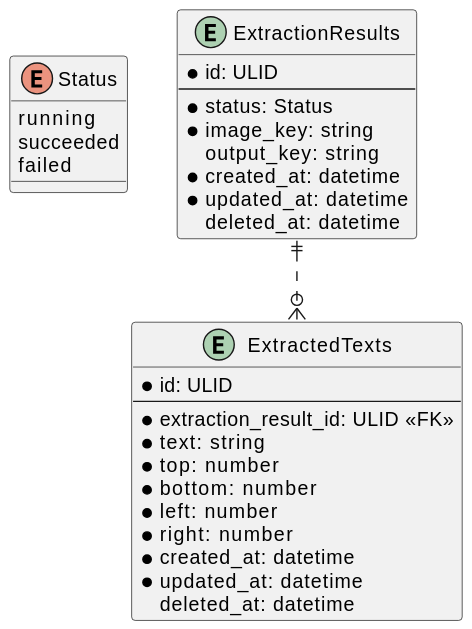
ijufumi/google-vision-sample keeps this PlantUML diagram as docs/tables.svg. Above is the earlier version. Its diagram source:
```plantuml
@startuml
enum Status {
  running
  succeeded
  failed
}

entity ExtractionResults {
  * id: ULID
  --
  * status: Status
  * image_key: string
    output_key: string
  * created_at: datetime
  * updated_at: datetime
    deleted_at: datetime
}

entity ExtractedTexts {
  * id: ULID
  --
  * extraction_result_id: ULID <<FK>>
  * text: string
  * top: number
  * bottom: number
  * left: number
  * right: number
  * created_at: datetime
  * updated_at: datetime
    deleted_at: datetime
}

ExtractionResults ||..o{ ExtractedTexts
@enduml
```
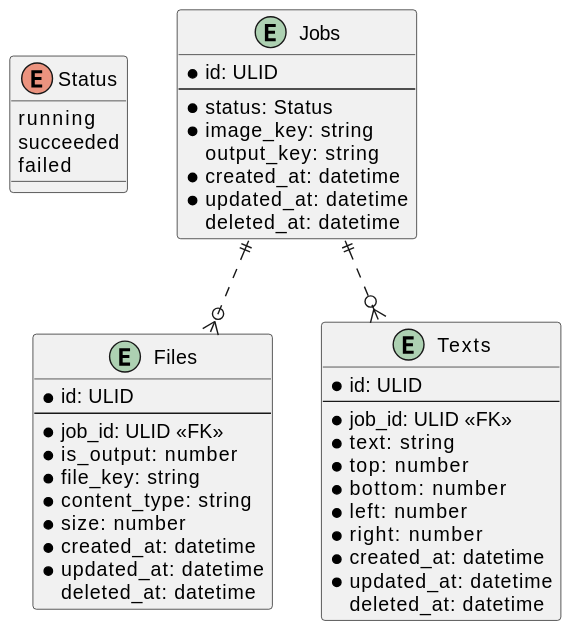
Above is the later version.

What changed in the source:
```diff
@@ -5,7 +5,7 @@
   failed
 }
 
-entity ExtractionResults {
+entity Jobs {
   * id: ULID
   --
   * status: Status
@@ -16,10 +16,23 @@
     deleted_at: datetime
 }
 
-entity ExtractedTexts {
+entity Files {
   * id: ULID
   --
-  * extraction_result_id: ULID <<FK>>
+  * job_id: ULID <<FK>>
+  * is_output: number
+  * file_key: string
+  * content_type: string
+  * size: number
+  * created_at: datetime
+  * updated_at: datetime
+    deleted_at: datetime
+}
+
+entity Texts {
+  * id: ULID
+  --
+  * job_id: ULID <<FK>>
   * text: string
   * top: number
   * bottom: number
@@ -30,5 +43,6 @@
     deleted_at: datetime
 }
 
-ExtractionResults ||..o{ ExtractedTexts
+Jobs ||..o{ Texts
+Jobs ||..o{ Files
 @enduml
```
